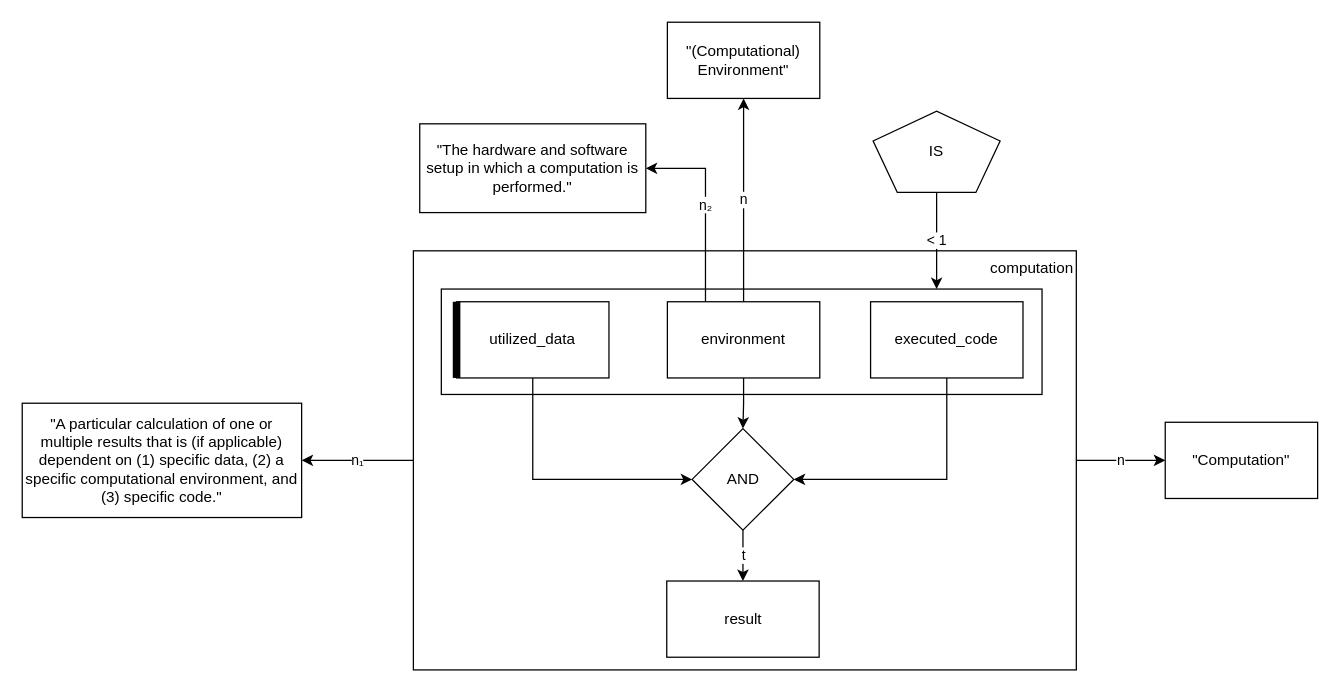
Earlier version of the draw.io diagram page "07-computation" (8 of 11) of model-analysis-errors.drawio (nicebread/scientific_errors). Source tidied: cells renumbered, new cells numbered last; positions are measured from the earlier drawing's top-left corner, leaving out a move shared by most shapes. Both pictures are drawn from the tidied source at 127%, with x=0, y=0 at pixel (22, 22).
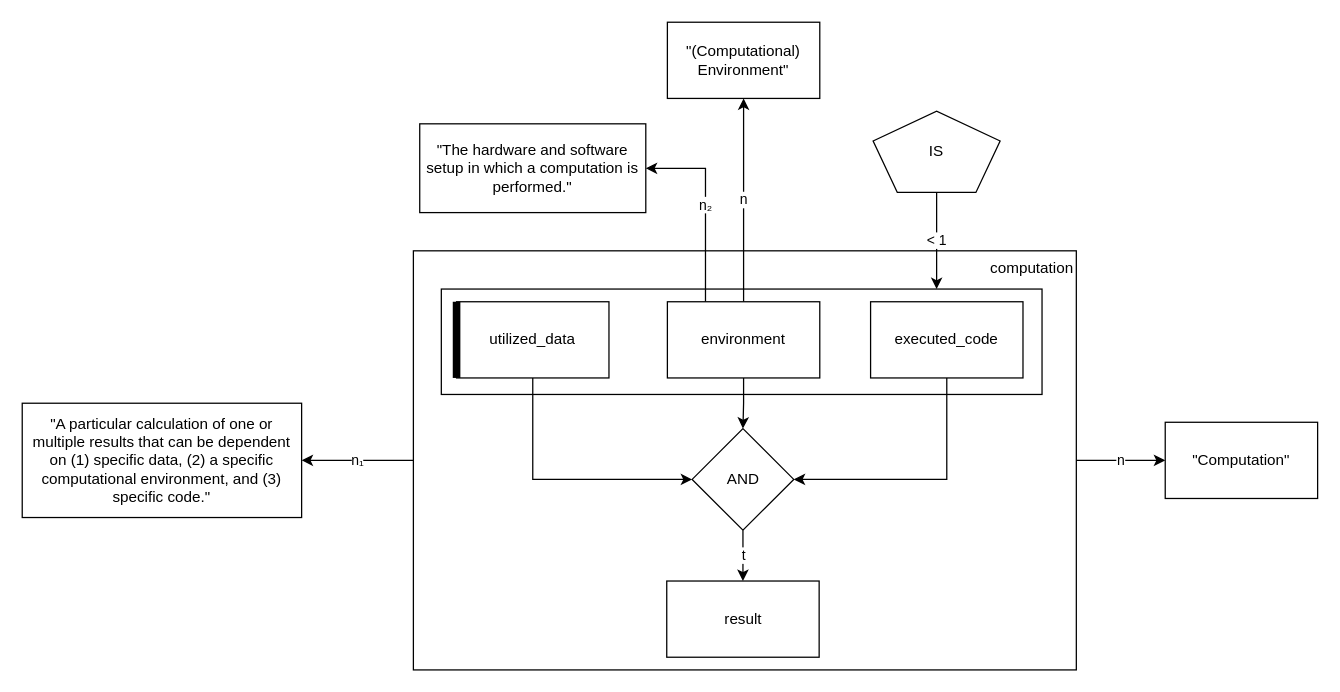
The same diagram, later.

Commit message (it also covers changes not shown here):
Update conflicting choices, computation, data, data scope, and reproduction

What changed in the source:
```diff
@@
-    <mxCell id="5" value="&quot;A particular calculation of one or multiple results that is (if applicable) dependent on (1) specific data, (2) a specific computational environment, and (3) specific code.&quot;" style="rounded=0;whiteSpace=wrap;html=1;" parent="1" vertex="1">
+    <mxCell id="5" value="&quot;A particular calculation of one or multiple results that can be dependent on (1) specific data, (2) a specific computational environment, and (3) specific code.&quot;" style="rounded=0;whiteSpace=wrap;html=1;" parent="1" vertex="1">
       <mxGeometry y="300" width="220" height="90" as="geometry" />
     </mxCell>
```
